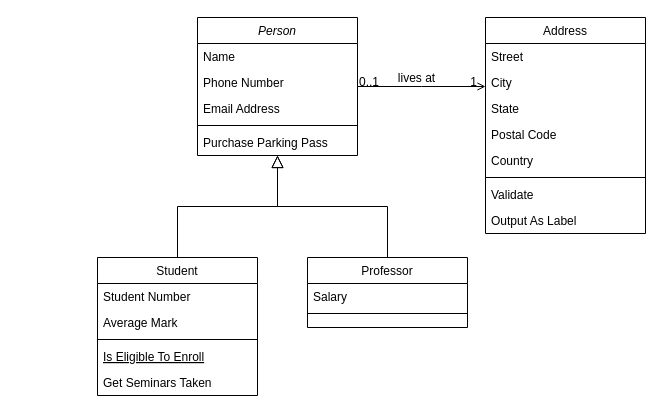
liu7015463/diagrams keeps this draw.io diagram as 未命名绘图.drawio. Above is the earlier version. Source tidied: cells renumbered, new cells numbered last; positions are measured from the earlier drawing's top-left corner, leaving out a move shared by most shapes. Both pictures are drawn from the tidied source at 100%, with x=0, y=0 at pixel (97, 17).
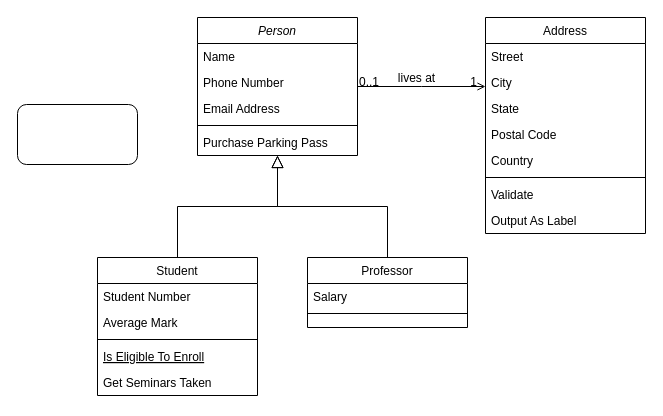
After the change.

Commit message:
更新未命名绘图.drawio

The edit, as a diff of the source:
```diff
@@
+    <mxCell id="32" style="rounded=1;whiteSpace=wrap;html=1;" parent="1" vertex="1">
+      <mxGeometry x="-80" y="87" width="120" height="60" as="geometry" />
+    </mxCell>
```
